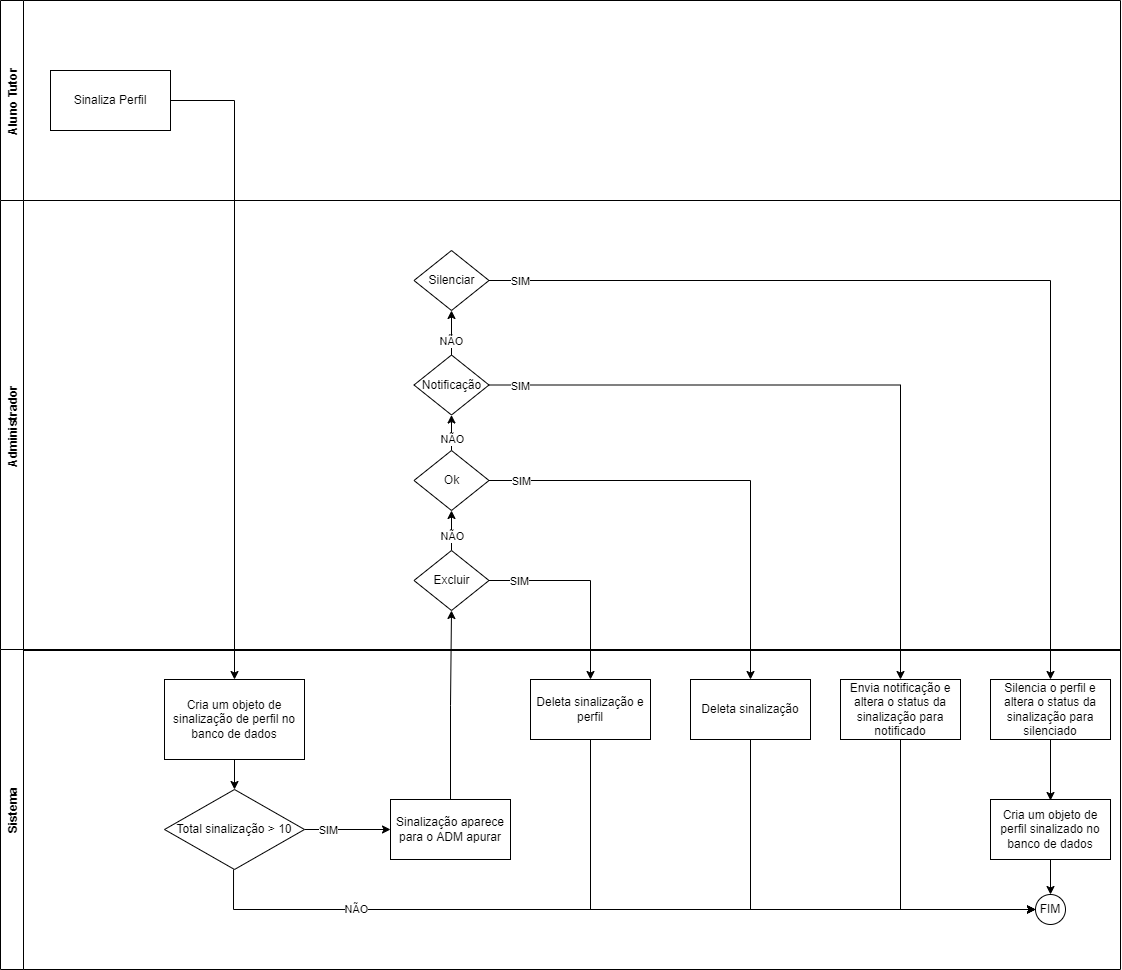
The draw.io diagram content/pt/docs/Conceitos/images/fluxo_sinalizacao_perfil.png in Vinigama/Vinigama.github.io, before a commit. Source tidied: cells renumbered, new cells last; positions are measured from the earlier drawing's top-left corner, leaving out a move shared by most shapes.
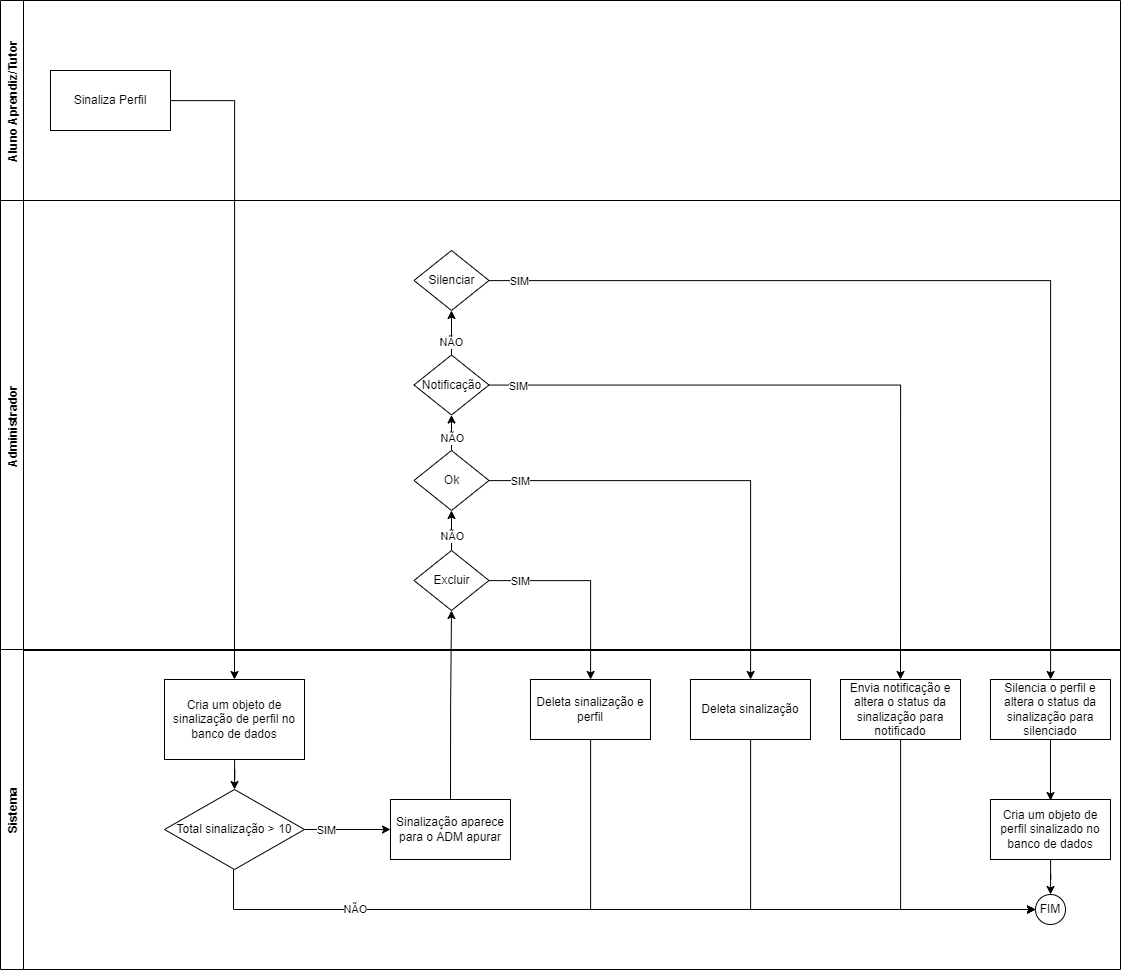
Above is the later version.

Commit message:
Fluxo perfil notificado

Change to the diagram source:
```diff
@@ -2,7 +2,7 @@
   <root>
     <mxCell id="0" />
     <mxCell id="1" parent="0" />
-    <mxCell id="2" value="Aluno Tutor" style="swimlane;horizontal=0;" parent="1" vertex="1">
+    <mxCell id="2" value="Aluno Aprendiz/Tutor" style="swimlane;horizontal=0;" parent="1" vertex="1">
       <mxGeometry width="1120" height="200" as="geometry" />
     </mxCell>
     <mxCell id="3" value="Sinaliza Perfil" style="rounded=0;whiteSpace=wrap;html=1;" parent="2" vertex="1">
```
